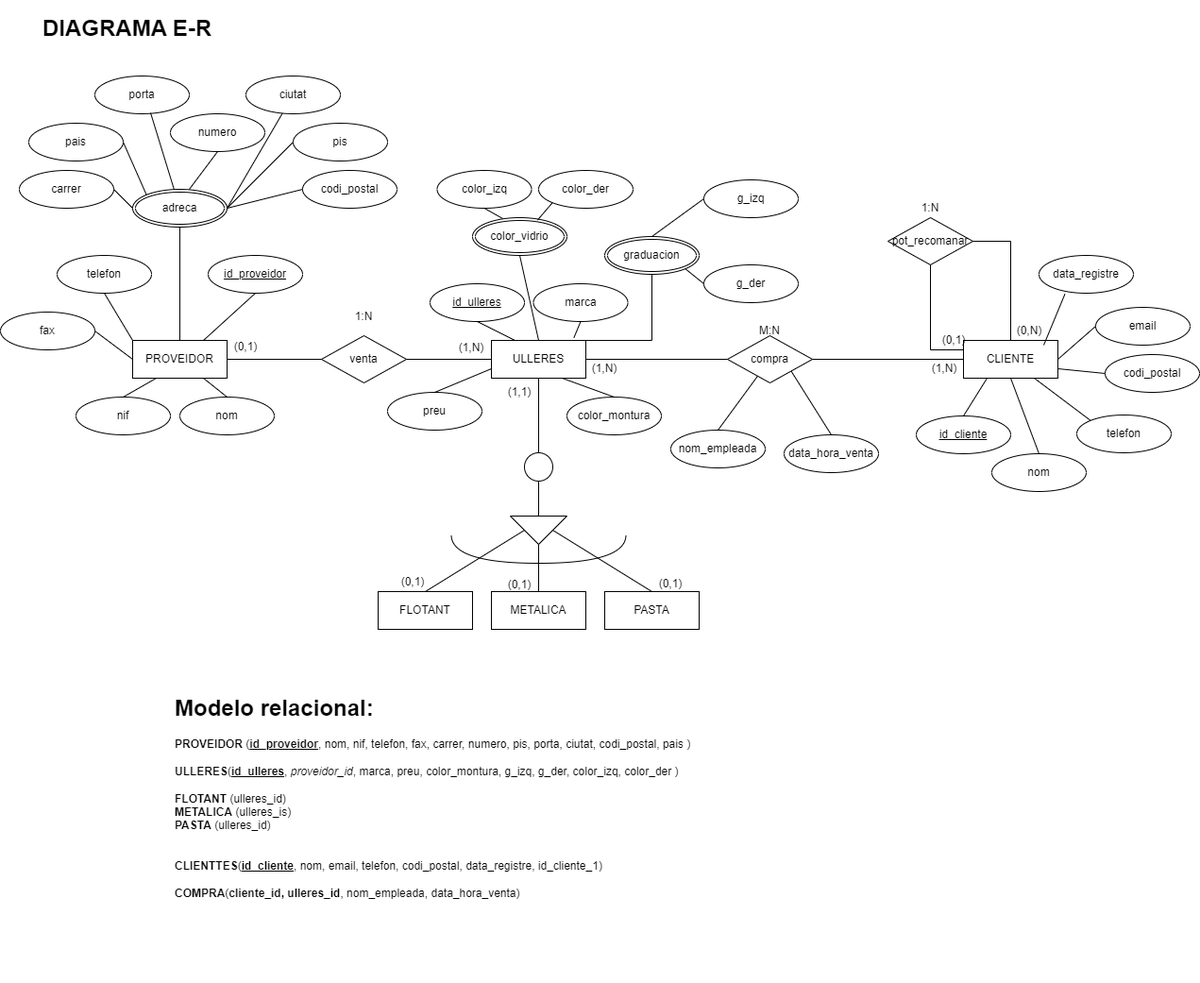
Before: Spring2/Tema1/EstructuraMySQL/Nivel1/Ulleres-diagrama-er.drawio.png, a diagram exported from draw.io (MedinaDiego/IT-Academy). Source tidied: cells renumbered, new cells last; positions are measured from the earlier drawing's top-left corner, leaving out a move shared by most shapes.
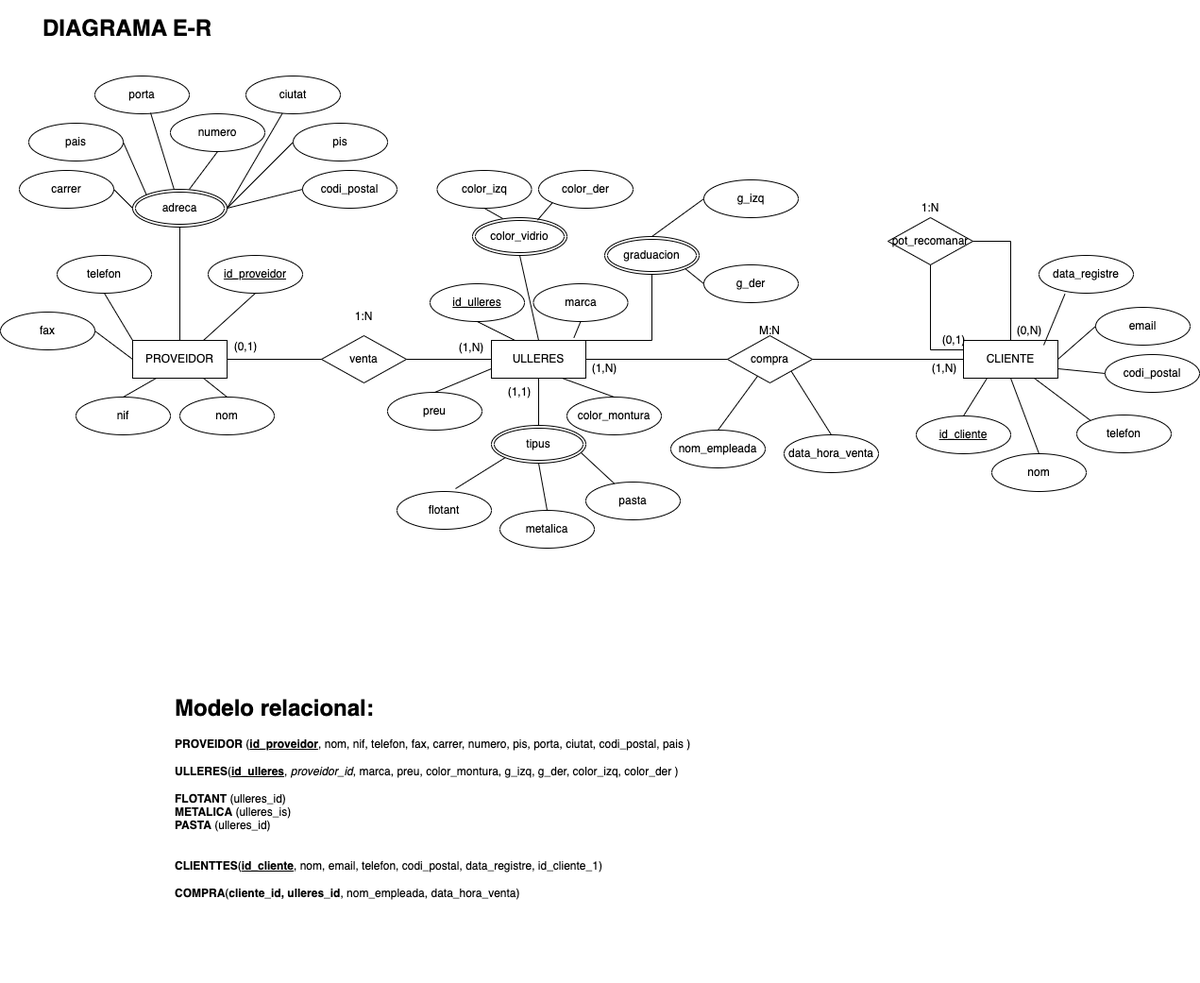
The same file after the commit.

Commit message:
Actualizacion Ulleres optica

eliminación de la generalización y cambiado a multivalue.

The edit, as a diff of the source:
```diff
@@ -8,18 +8,9 @@
     <mxCell id="3" value="ULLERES" style="whiteSpace=wrap;html=1;align=center;" parent="1" vertex="1">
       <mxGeometry x="520" y="350" width="100" height="40" as="geometry" />
     </mxCell>
-    <mxCell id="4" value="METALICA" style="whiteSpace=wrap;html=1;align=center;" parent="1" vertex="1">
-      <mxGeometry x="520" y="616" width="100" height="40" as="geometry" />
-    </mxCell>
-    <mxCell id="5" value="FLOTANT" style="whiteSpace=wrap;html=1;align=center;" parent="1" vertex="1">
-      <mxGeometry x="400" y="616" width="100" height="40" as="geometry" />
-    </mxCell>
     <mxCell id="6" value="CLIENTE" style="whiteSpace=wrap;html=1;align=center;" parent="1" vertex="1">
       <mxGeometry x="1020" y="350" width="100" height="40" as="geometry" />
     </mxCell>
-    <mxCell id="7" value="PASTA" style="whiteSpace=wrap;html=1;align=center;" parent="1" vertex="1">
-      <mxGeometry x="640" y="616" width="100" height="40" as="geometry" />
-    </mxCell>
     <mxCell id="8" value="venta" style="shape=rhombus;perimeter=rhombusPerimeter;whiteSpace=wrap;html=1;align=center;" parent="1" vertex="1">
       <mxGeometry x="340" y="345" width="90" height="50" as="geometry" />
     </mxCell>
@@ -86,30 +77,9 @@
     <mxCell id="29" style="endArrow=none;html=1;rounded=0;exitX=1;exitY=0.5;exitDx=0;exitDy=0;entryX=0;entryY=0.5;entryDx=0;entryDy=0;" parent="1" edge="1" source="8" target="3">
       <mxGeometry relative="1" as="geometry" />
     </mxCell>
-    <mxCell id="30" style="verticalLabelPosition=bottom;verticalAlign=top;html=1;shape=mxgraph.basic.acute_triangle;dx=0.5;direction=west;" parent="1" vertex="1">
-      <mxGeometry x="540" y="536" width="60" height="30" as="geometry" />
-    </mxCell>
-    <mxCell id="31" style="endArrow=none;html=1;rounded=0;exitX=0.5;exitY=1;exitDx=0;exitDy=0;entryX=0.5;entryY=1;entryDx=0;entryDy=0;entryPerimeter=0;startArrow=none;" parent="1" edge="1" source="36" target="30">
-      <mxGeometry relative="1" as="geometry" />
-    </mxCell>
-    <mxCell id="32" style="endArrow=none;html=1;rounded=0;entryX=0;entryY=0;entryDx=45;entryDy=15;entryPerimeter=0;exitX=0.5;exitY=0;exitDx=0;exitDy=0;" parent="1" edge="1" source="5" target="30">
-      <mxGeometry relative="1" as="geometry" />
-    </mxCell>
-    <mxCell id="33" style="endArrow=none;html=1;rounded=0;entryX=0;entryY=0;entryDx=30;entryDy=0;entryPerimeter=0;exitX=0.5;exitY=0;exitDx=0;exitDy=0;" parent="1" edge="1" source="4" target="30">
-      <mxGeometry relative="1" as="geometry" />
-    </mxCell>
-    <mxCell id="34" style="endArrow=none;html=1;rounded=0;entryX=0;entryY=0;entryDx=15;entryDy=15;entryPerimeter=0;exitX=0.5;exitY=0;exitDx=0;exitDy=0;" parent="1" edge="1" source="7" target="30">
-      <mxGeometry relative="1" as="geometry" />
-    </mxCell>
-    <mxCell id="35" style="endArrow=none;html=1;rounded=0;exitX=0.5;exitY=1;exitDx=0;exitDy=0;entryX=0.5;entryY=1;entryDx=0;entryDy=0;entryPerimeter=0;" parent="1" edge="1" source="3" target="36">
+    <mxCell id="35" style="endArrow=none;html=1;rounded=0;exitX=0.5;exitY=1;exitDx=0;exitDy=0;entryX=0.5;entryY=0;entryDx=0;entryDy=0;" parent="1" edge="1" source="3" target="103">
       <mxGeometry relative="1" as="geometry" />
     </mxCell>
-    <mxCell id="36" style="ellipse;whiteSpace=wrap;html=1;" parent="1" vertex="1">
-      <mxGeometry x="555" y="469" width="30" height="30" as="geometry" />
-    </mxCell>
-    <mxCell id="37" style="shape=requiredInterface;html=1;verticalLabelPosition=bottom;sketch=0;direction=south;" parent="1" vertex="1">
-      <mxGeometry x="477.5" y="556" width="185" height="30" as="geometry" />
-    </mxCell>
     <mxCell id="38" style="endArrow=none;html=1;rounded=0;exitX=1;exitY=0.5;exitDx=0;exitDy=0;entryX=0;entryY=0.5;entryDx=0;entryDy=0;" parent="1" edge="1" source="3" target="9">
       <mxGeometry relative="1" as="geometry" />
     </mxCell>
@@ -257,9 +227,6 @@
     <mxCell id="82" value="(1,N)" style="text;html=1;strokeColor=none;fillColor=none;align=center;verticalAlign=middle;whiteSpace=wrap;rounded=0;" parent="1" vertex="1">
       <mxGeometry x="469" y="343" width="60" height="30" as="geometry" />
     </mxCell>
-    <mxCell id="83" value="(0,1)" style="text;html=1;strokeColor=none;fillColor=none;align=center;verticalAlign=middle;whiteSpace=wrap;rounded=0;" parent="1" vertex="1">
-      <mxGeometry x="680" y="593" width="60" height="30" as="geometry" />
-    </mxCell>
     <mxCell id="84" value="(1,1)" style="text;html=1;strokeColor=none;fillColor=none;align=center;verticalAlign=middle;whiteSpace=wrap;rounded=0;" parent="1" vertex="1">
       <mxGeometry x="520" y="390" width="60" height="30" as="geometry" />
     </mxCell>
@@ -275,12 +242,6 @@
     <mxCell id="88" value="(1,N)" style="text;html=1;strokeColor=none;fillColor=none;align=center;verticalAlign=middle;whiteSpace=wrap;rounded=0;" parent="1" vertex="1">
       <mxGeometry x="970" y="365" width="60" height="30" as="geometry" />
     </mxCell>
-    <mxCell id="89" value="(0,1)" style="text;html=1;strokeColor=none;fillColor=none;align=center;verticalAlign=middle;whiteSpace=wrap;rounded=0;" parent="1" vertex="1">
-      <mxGeometry x="520" y="594" width="60" height="30" as="geometry" />
-    </mxCell>
-    <mxCell id="90" value="(0,1)" style="text;html=1;strokeColor=none;fillColor=none;align=center;verticalAlign=middle;whiteSpace=wrap;rounded=0;" parent="1" vertex="1">
-      <mxGeometry x="406.5" y="591" width="60" height="30" as="geometry" />
-    </mxCell>
     <mxCell id="91" value="&lt;h1&gt;Modelo relacional:&lt;/h1&gt;&lt;div&gt;&lt;b&gt;PROVEIDOR&lt;/b&gt; (&lt;u&gt;&lt;b&gt;id_proveidor&lt;/b&gt;&lt;/u&gt;, nom, nif, telefon, fax, carrer, numero, pis, porta, ciutat, codi_postal, pais )&lt;/div&gt;&lt;div&gt;&lt;br&gt;&lt;/div&gt;&lt;div&gt;&lt;b&gt;ULLERES&lt;/b&gt;(&lt;u&gt;&lt;b&gt;id_ulleres&lt;/b&gt;&lt;/u&gt;, &lt;i&gt;proveidor_id&lt;/i&gt;, marca, preu, color_montura, g_izq, g_der, color_izq, color_der )&lt;/div&gt;&lt;div&gt;&lt;br&gt;&lt;/div&gt;&lt;div&gt;&lt;b&gt;FLOTANT&lt;/b&gt; (ulleres_id)&lt;/div&gt;&lt;div&gt;&lt;b&gt;METALICA&lt;/b&gt; (ulleres_is)&lt;/div&gt;&lt;div&gt;&lt;b&gt;PASTA&lt;/b&gt; (ulleres_id)&lt;/div&gt;&lt;div&gt;&lt;br&gt;&lt;/div&gt;&lt;div&gt;&lt;br&gt;&lt;/div&gt;&lt;div&gt;&lt;b&gt;CLIENTTES&lt;/b&gt;(&lt;b&gt;&lt;u&gt;id_cliente&lt;/u&gt;&lt;/b&gt;, nom, email, telefon, codi_postal, data_registre, id_cliente_1)&lt;/div&gt;&lt;div&gt;&lt;br&gt;&lt;/div&gt;&lt;div&gt;&lt;b&gt;COMPRA&lt;/b&gt;(&lt;b&gt;cliente_id, ulleres_id&lt;/b&gt;, nom_empleada, data_hora_venta)&lt;/div&gt;" style="text;html=1;spacing=5;spacingTop=-20;whiteSpace=wrap;overflow=hidden;rounded=0;" parent="1" vertex="1">
       <mxGeometry x="180" y="720" width="1040" height="310" as="geometry" />
     </mxCell>
@@ -317,5 +278,26 @@
     <mxCell id="102" value="&lt;h1&gt;DIAGRAMA E-R&lt;/h1&gt;&lt;p&gt;&lt;br&gt;&lt;/p&gt;" style="text;html=1;strokeColor=none;fillColor=none;spacing=5;spacingTop=-20;whiteSpace=wrap;overflow=hidden;rounded=0;" parent="1" vertex="1">
       <mxGeometry x="40" width="190" height="120" as="geometry" />
     </mxCell>
+    <mxCell id="103" value="tipus" style="ellipse;shape=doubleEllipse;margin=3;whiteSpace=wrap;html=1;align=center;" parent="1" vertex="1">
+      <mxGeometry x="520" y="440" width="100" height="40" as="geometry" />
+    </mxCell>
+    <mxCell id="104" value="flotant" style="ellipse;whiteSpace=wrap;html=1;align=center;" parent="1" vertex="1">
+      <mxGeometry x="420" y="510" width="100" height="40" as="geometry" />
+    </mxCell>
+    <mxCell id="105" value="pasta" style="ellipse;whiteSpace=wrap;html=1;align=center;" parent="1" vertex="1">
+      <mxGeometry x="620" y="500" width="100" height="40" as="geometry" />
+    </mxCell>
+    <mxCell id="106" value="metalica" style="ellipse;whiteSpace=wrap;html=1;align=center;" parent="1" vertex="1">
+      <mxGeometry x="529" y="530" width="100" height="40" as="geometry" />
+    </mxCell>
+    <mxCell id="107" style="endArrow=none;html=1;rounded=0;entryX=0;entryY=1;entryDx=0;entryDy=0;exitX=0.62;exitY=-0.075;exitDx=0;exitDy=0;exitPerimeter=0;" parent="1" edge="1" source="104" target="103">
+      <mxGeometry relative="1" as="geometry" />
+    </mxCell>
+    <mxCell id="108" style="endArrow=none;html=1;rounded=0;entryX=0.5;entryY=1;entryDx=0;entryDy=0;exitX=0.5;exitY=0;exitDx=0;exitDy=0;" parent="1" edge="1" source="106" target="103">
+      <mxGeometry relative="1" as="geometry" />
+    </mxCell>
+    <mxCell id="109" style="endArrow=none;html=1;rounded=0;entryX=0.95;entryY=0.725;entryDx=0;entryDy=0;entryPerimeter=0;" parent="1" edge="1" source="105" target="103">
+      <mxGeometry relative="1" as="geometry" />
+    </mxCell>
   </root>
 </mxGraphModel>
```
